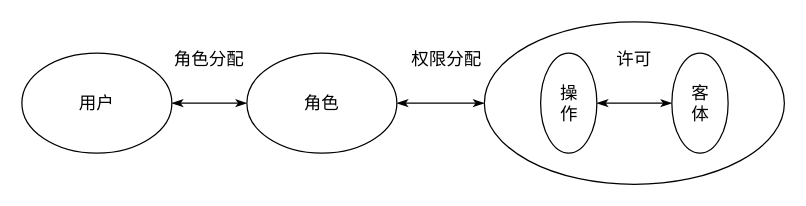
This is RBAC关系.drawio from ZhuShouCheng/notebook, a draw.io file, before an edit. Source tidied: cells renumbered, new cells numbered last; positions are measured from the earlier drawing's top-left corner, leaving out a move shared by most shapes. Both pictures are drawn from the tidied source at 125%, with x=0, y=0 at pixel (21, 21).
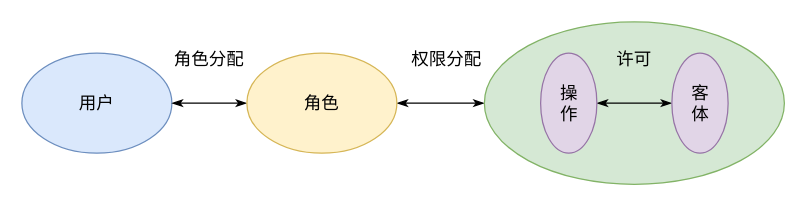
The same page after the edit.

Diff of the diagram source:
```diff
@@
 <mxGraphModel>
   <root>
     <mxCell id="0" />
     <mxCell id="1" parent="0" />
-    <mxCell id="2" value="&lt;font style=&quot;font-size: 14px;&quot;&gt;用户&lt;/font&gt;" style="ellipse;whiteSpace=wrap;html=1;" parent="1" vertex="1">
+    <mxCell id="2" value="&lt;font style=&quot;font-size: 14px;&quot;&gt;用户&lt;/font&gt;" style="ellipse;whiteSpace=wrap;html=1;fillColor=#dae8fc;strokeColor=#6c8ebf;" parent="1" vertex="1">
       <mxGeometry y="25" width="120" height="80" as="geometry" />
     </mxCell>
     <mxCell id="3" style="edgeStyle=orthogonalEdgeStyle;rounded=0;jettySize=auto;html=1;exitX=1;exitY=0.5;exitDx=0;exitDy=0;entryX=0;entryY=0.5;entryDx=0;entryDy=0;startArrow=classicThin;startFill=1;endArrow=classicThin;endFill=1;" parent="1" edge="1" source="5" target="6">
       <mxGeometry relative="1" as="geometry" />
     </mxCell>
     <mxCell id="4" style="edgeStyle=orthogonalEdgeStyle;rounded=0;jettySize=auto;html=1;exitX=0;exitY=0.5;exitDx=0;exitDy=0;entryX=1;entryY=0.5;entryDx=0;entryDy=0;startArrow=classicThin;startFill=1;endArrow=classicThin;endFill=1;" parent="1" edge="1" source="5" target="2">
       <mxGeometry relative="1" as="geometry" />
     </mxCell>
-    <mxCell id="5" value="&lt;font style=&quot;font-size: 14px;&quot;&gt;角色&lt;/font&gt;" style="ellipse;whiteSpace=wrap;html=1;" parent="1" vertex="1">
+    <mxCell id="5" value="&lt;font style=&quot;font-size: 14px;&quot;&gt;角色&lt;/font&gt;" style="ellipse;whiteSpace=wrap;html=1;fillColor=#fff2cc;strokeColor=#d6b656;" parent="1" vertex="1">
       <mxGeometry x="180" y="25" width="120" height="80" as="geometry" />
     </mxCell>
-    <mxCell id="6" style="ellipse;whiteSpace=wrap;html=1;" parent="1" vertex="1">
+    <mxCell id="6" style="ellipse;whiteSpace=wrap;html=1;fillColor=#d5e8d4;strokeColor=#82b366;" parent="1" vertex="1">
       <mxGeometry x="370" width="240" height="130" as="geometry" />
     </mxCell>
     <mxCell id="7" style="edgeStyle=orthogonalEdgeStyle;rounded=0;jettySize=auto;html=1;exitX=1;exitY=0.5;exitDx=0;exitDy=0;entryX=0;entryY=0.5;entryDx=0;entryDy=0;startArrow=classicThin;startFill=1;endArrow=classicThin;endFill=1;" parent="1" edge="1" source="8" target="9">
       <mxGeometry relative="1" as="geometry" />
     </mxCell>
-    <mxCell id="8" style="ellipse;whiteSpace=wrap;html=1;" parent="1" vertex="1">
+    <mxCell id="8" style="ellipse;whiteSpace=wrap;html=1;fillColor=#e1d5e7;strokeColor=#9673a6;" parent="1" vertex="1">
       <mxGeometry x="415" y="25" width="45" height="80" as="geometry" />
     </mxCell>
-    <mxCell id="9" style="ellipse;whiteSpace=wrap;html=1;" parent="1" vertex="1">
+    <mxCell id="9" style="ellipse;whiteSpace=wrap;html=1;fillColor=#e1d5e7;strokeColor=#9673a6;" parent="1" vertex="1">
       <mxGeometry x="520" y="25" width="45" height="80" as="geometry" />
     </mxCell>
     <mxCell id="10" value="&lt;font style=&quot;font-size: 14px;&quot;&gt;操作&lt;/font&gt;" style="text;html=1;strokeColor=none;fillColor=none;align=center;verticalAlign=middle;whiteSpace=wrap;rounded=0;" parent="1" vertex="1">
       <mxGeometry x="427.5" y="25" width="20" height="80" as="geometry" />
     </mxCell>
     <mxCell id="11" value="&lt;font style=&quot;font-size: 14px;&quot;&gt;客体&lt;/font&gt;" style="text;html=1;strokeColor=none;fillColor=none;align=center;verticalAlign=middle;whiteSpace=wrap;rounded=0;" parent="1" vertex="1">
       <mxGeometry x="532.5" y="25" width="20" height="80" as="geometry" />
     </mxCell>
     <mxCell id="12" value="&lt;font style=&quot;font-size: 14px;&quot;&gt;许可&lt;/font&gt;" style="text;html=1;strokeColor=none;fillColor=none;align=center;verticalAlign=middle;whiteSpace=wrap;rounded=0;" parent="1" vertex="1">
       <mxGeometry x="460" y="15" width="60" height="30" as="geometry" />
     </mxCell>
     <mxCell id="13" value="&lt;font style=&quot;font-size: 14px;&quot;&gt;角色分配&lt;/font&gt;" style="text;html=1;strokeColor=none;fillColor=none;align=center;verticalAlign=middle;whiteSpace=wrap;rounded=0;" parent="1" vertex="1">
       <mxGeometry x="120" y="15" width="60" height="30" as="geometry" />
     </mxCell>
     <mxCell id="14" value="&lt;font style=&quot;font-size: 14px;&quot;&gt;权限分配&lt;/font&gt;" style="text;html=1;strokeColor=none;fillColor=none;align=center;verticalAlign=middle;whiteSpace=wrap;rounded=0;" parent="1" vertex="1">
       <mxGeometry x="310" y="15" width="60" height="30" as="geometry" />
     </mxCell>
   </root>
 </mxGraphModel>
```
